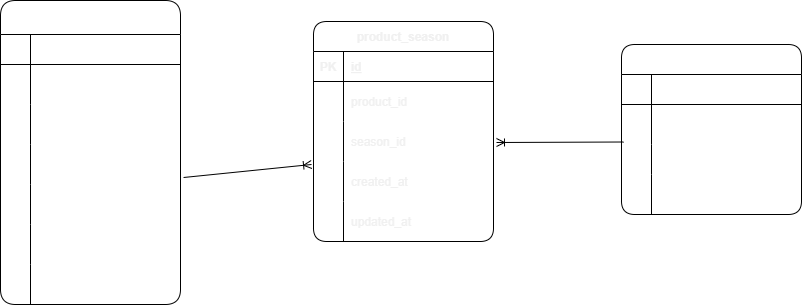
This is src/.drawio.png from tominaga-rikiya/mogitate, a draw.io export, as it was before one commit. Source tidied: cells renumbered, new cells last; positions are measured from the earlier drawing's top-left corner, leaving out a move shared by most shapes.
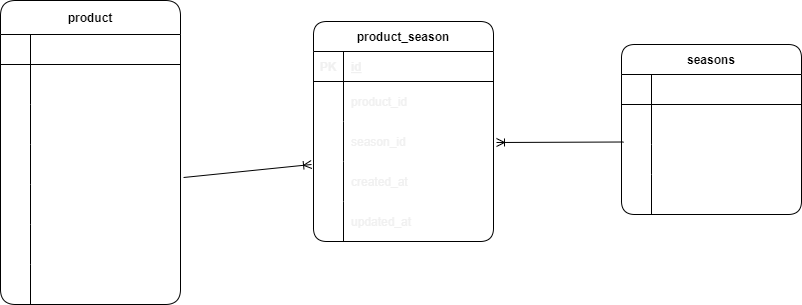
After the change.

Diff of the diagram source:
```diff
@@ -2,7 +2,7 @@
   <root>
     <mxCell id="0" />
     <mxCell id="1" parent="0" />
-    <mxCell id="2" value="seasons" style="shape=table;startSize=30;rowLines=0;fontStyle=1;align=center;rounded=1;fontColor=#FFFFFF;labelBackgroundColor=default;" parent="1" vertex="1">
+    <mxCell id="2" value="seasons" style="shape=table;startSize=30;rowLines=0;fontStyle=1;align=center;rounded=1;fontColor=#000000;labelBackgroundColor=default;" parent="1" vertex="1">
       <mxGeometry x="621" y="44" width="180" height="170" as="geometry" />
     </mxCell>
     <mxCell id="3" style="shape=tableRow;horizontal=0;startSize=0;swimlaneHead=0;swimlaneBody=0;fillColor=none;top=0;left=0;right=0;bottom=1;rounded=1;fontColor=#FFFFFF;" parent="2" vertex="1">
@@ -41,7 +41,7 @@
     <mxCell id="14" value="updated_at" style="shape=partialRectangle;fillColor=none;top=0;left=0;bottom=0;right=0;align=left;spacingLeft=6;overflow=hidden;rounded=1;fontColor=#FFFFFF;" parent="12" vertex="1">
       <mxGeometry x="30" width="150" height="40" as="geometry" />
     </mxCell>
-    <mxCell id="15" value="product" style="shape=table;startSize=34;rowLines=0;fontStyle=1;align=center;rounded=1;fontColor=#FFFFFF;labelBackgroundColor=default;" parent="1" vertex="1">
+    <mxCell id="15" value="product" style="shape=table;startSize=34;rowLines=0;fontStyle=1;align=center;rounded=1;fontColor=#000000;labelBackgroundColor=default;" parent="1" vertex="1">
       <mxGeometry width="180" height="304" as="geometry" />
     </mxCell>
     <mxCell id="16" style="shape=tableRow;horizontal=0;startSize=0;swimlaneHead=0;swimlaneBody=0;fillColor=none;top=0;left=0;right=0;bottom=1;rounded=1;fontColor=#FFFFFF;" parent="15" vertex="1">
@@ -107,7 +107,7 @@
     <mxCell id="36" value="updated_at" style="shape=partialRectangle;fillColor=none;top=0;left=0;bottom=0;right=0;align=left;spacingLeft=6;overflow=hidden;rounded=1;fontColor=#FFFFFF;" parent="34" vertex="1">
       <mxGeometry x="30" width="150" height="40" as="geometry" />
     </mxCell>
-    <mxCell id="37" value="product_season" style="shape=table;startSize=30;rowLines=0;fontStyle=1;align=center;rounded=1;fontColor=#F0F0F0;labelBackgroundColor=default;" parent="1" vertex="1">
+    <mxCell id="37" value="product_season" style="shape=table;startSize=30;rowLines=0;fontStyle=1;align=center;rounded=1;fontColor=#000000;labelBackgroundColor=default;" parent="1" vertex="1">
       <mxGeometry x="313" y="21" width="180" height="220" as="geometry" />
     </mxCell>
     <mxCell id="38" style="shape=tableRow;horizontal=0;startSize=0;swimlaneHead=0;swimlaneBody=0;fillColor=none;top=0;left=0;right=0;bottom=1;rounded=1;fontColor=#F0F0F0;" parent="37" vertex="1">
```
